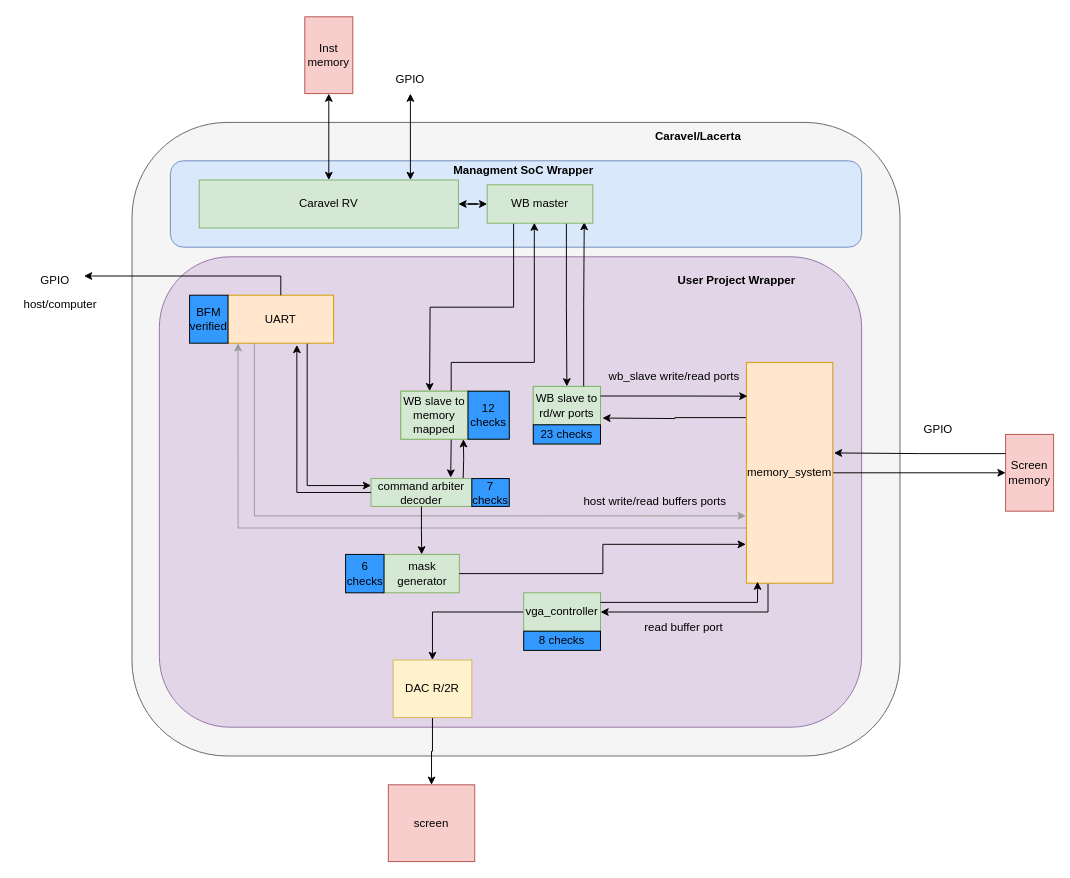
This is page "lacerta" (1 of 7) of documentation_mkdoc/docs/img/edit/lacerta_blockd2(1).drawio from Baungarten-CINVESTAV/lacerta, a draw.io file, before an edit. Source tidied: cells renumbered, new cells numbered last; positions are measured from the earlier drawing's top-left corner, leaving out a move shared by most shapes. Both pictures are drawn from the tidied source at 96%, with x=0, y=0 at pixel (16, 16).
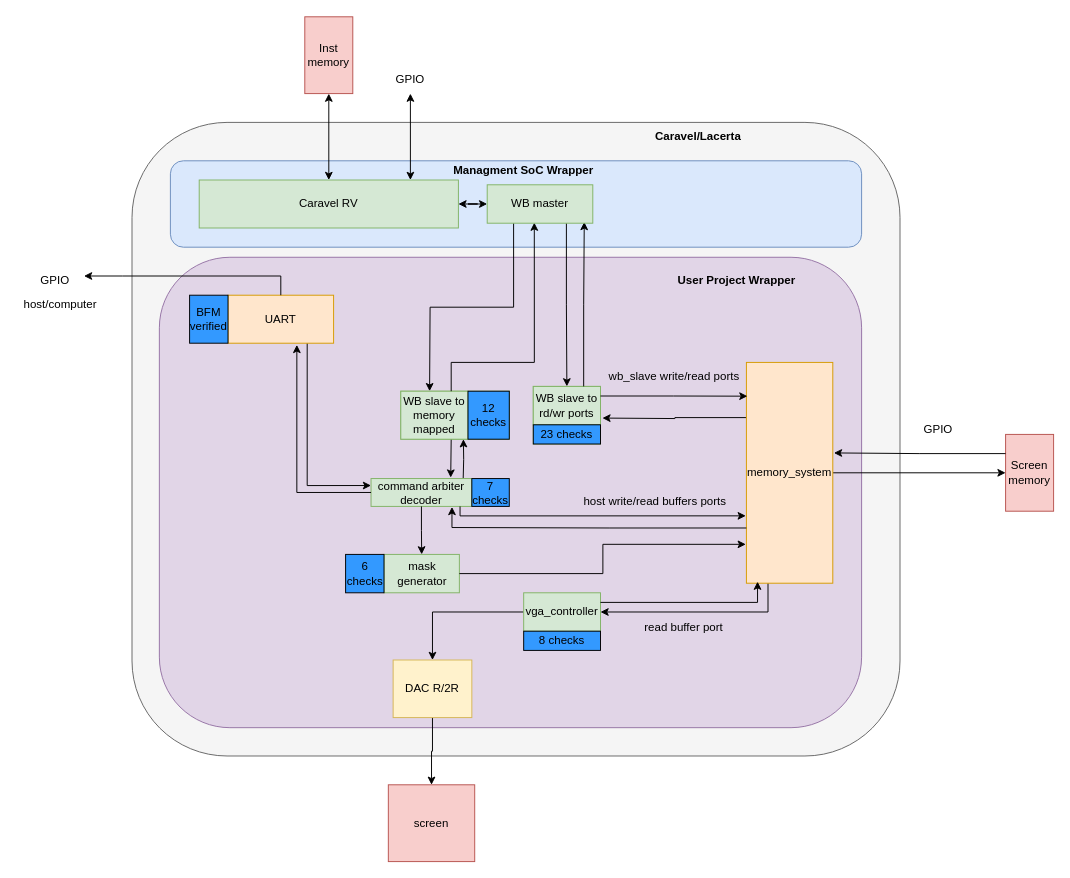
The same page after the edit.

Unchanged cells that the change refers to:
```xml
<mxCell id="17" value="memory_system" style="rounded=0;whiteSpace=wrap;html=1;fillColor=#ffe6cc;strokeColor=#d79b00;" parent="1" vertex="1">
  <mxGeometry x="760" y="360" width="90" height="230" as="geometry" />
</mxCell>
<mxCell id="22" value="command arbiter decoder" style="rounded=0;whiteSpace=wrap;html=1;fillColor=#d5e8d4;strokeColor=#82b366;" parent="1" vertex="1">
  <mxGeometry x="369" y="481" width="105" height="29" as="geometry" />
</mxCell>
<mxCell id="26" value="UART" style="rounded=0;whiteSpace=wrap;html=1;fillColor=#ffe6cc;strokeColor=#d79b00;" parent="1" vertex="1">
  <mxGeometry x="220" y="290" width="110" height="50" as="geometry" />
</mxCell>
```

What changed in the source:
```diff
@@
     <mxCell id="4" style="rounded=1;whiteSpace=wrap;html=1;fillColor=#e1d5e7;strokeColor=#9673a6;labelBackgroundColor=none;" parent="1" vertex="1">
-      <mxGeometry x="148.5" y="250" width="731.5" height="490" as="geometry" />
+      <mxGeometry x="148.5" y="250.5" width="731.5" height="490" as="geometry" />
     </mxCell>
@@
-    <mxCell id="25" style="edgeStyle=orthogonalEdgeStyle;rounded=0;jettySize=auto;html=1;exitX=0.25;exitY=1;exitDx=0;exitDy=0;entryX=-0.007;entryY=0.695;entryDx=0;entryDy=0;entryPerimeter=0;strokeColor=#999999;" parent="1" edge="1" source="26" target="17">
-      <mxGeometry relative="1" as="geometry" />
+    <mxCell id="25" style="edgeStyle=orthogonalEdgeStyle;rounded=0;jettySize=auto;html=1;exitX=0.883;exitY=1;exitDx=0;exitDy=0;entryX=-0.007;entryY=0.695;entryDx=0;entryDy=0;entryPerimeter=0;strokeColor=#000000;exitPerimeter=0;" parent="1" edge="1" source="22" target="17">
+      <mxGeometry relative="1" as="geometry">
+        <Array as="points">
+          <mxPoint x="462" y="520" />
+        </Array>
+      </mxGeometry>
     </mxCell>
@@
-    <mxCell id="32" style="edgeStyle=orthogonalEdgeStyle;rounded=0;jettySize=auto;html=1;exitX=0;exitY=0.75;exitDx=0;exitDy=0;entryX=0.095;entryY=1.001;entryDx=0;entryDy=0;entryPerimeter=0;strokeColor=#999999;" parent="1" edge="1" source="17" target="26">
-      <mxGeometry relative="1" as="geometry" />
-    </mxCell>
@@
+    <mxCell id="60" style="edgeStyle=orthogonalEdgeStyle;rounded=0;jettySize=auto;html=1;exitX=0;exitY=0.75;exitDx=0;exitDy=0;entryX=0.803;entryY=1.02;entryDx=0;entryDy=0;entryPerimeter=0;" parent="1" edge="1" source="17" target="22">
+      <mxGeometry relative="1" as="geometry">
+        <Array as="points">
+          <mxPoint x="617" y="532" />
+          <mxPoint x="453" y="532" />
+        </Array>
+      </mxGeometry>
+    </mxCell>
```
